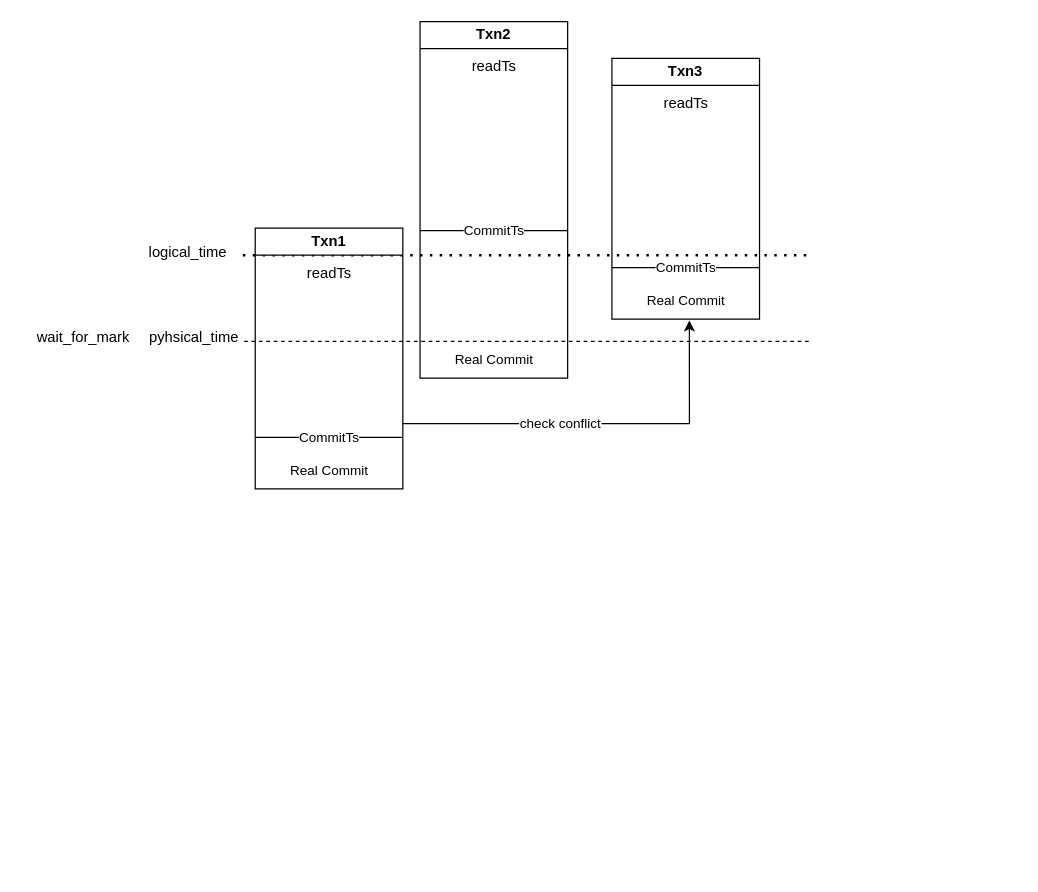
Earlier version of the draw.io diagram docs/draw/wait_for_mark.drawio (chenmortal/badger). Source tidied: cells renumbered, new cells numbered last; positions are measured from the earlier drawing's top-left corner, leaving out a move shared by most shapes. Both pictures are drawn from the tidied source at 123%, with x=0, y=0 at pixel (21, 21).
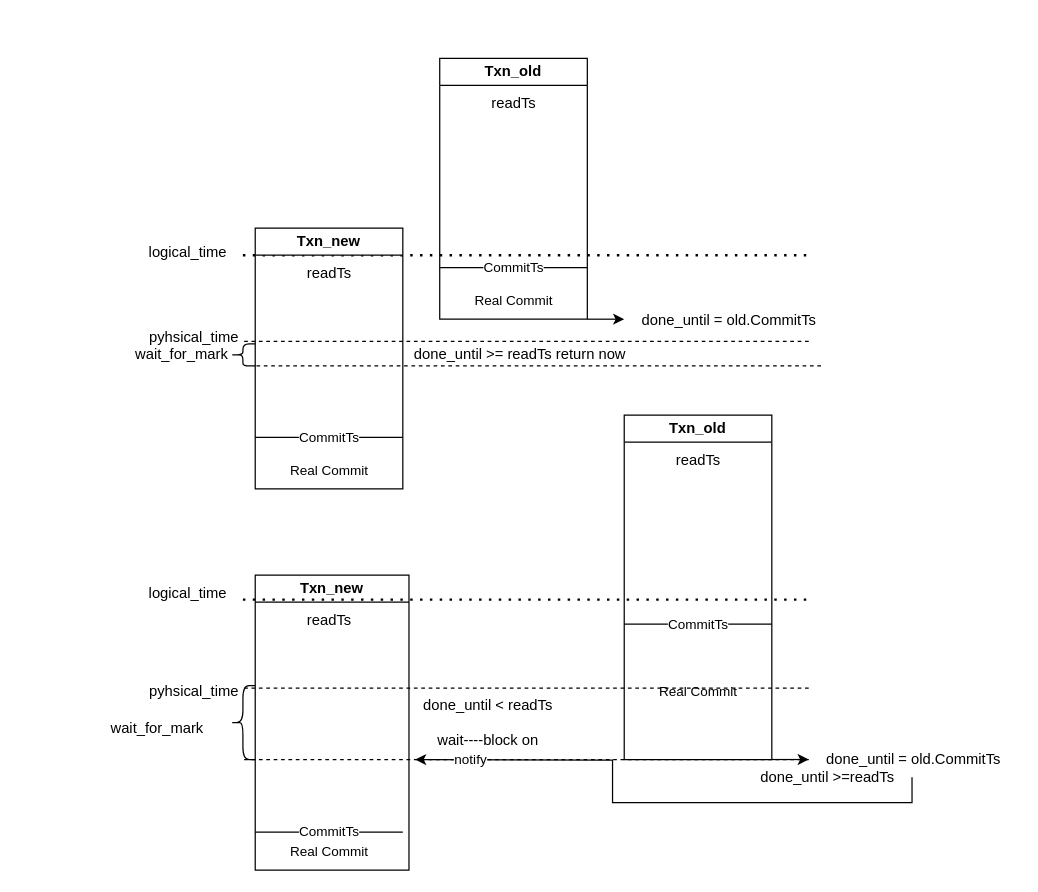
The same page after the edit.

The change refers to these unchanged cells:
```xml
<mxCell id="19" value="Real Commit" style="text;html=1;align=center;verticalAlign=middle;points=[];strokeColor=none;fillColor=none;fontSize=11;" parent="16" vertex="1">
  <mxGeometry x="15" y="182" width="90" height="30" as="geometry" />
</mxCell>
```

Diff of the diagram source:
```diff
@@
-    <mxCell id="5" style="edgeStyle=orthogonalEdgeStyle;rounded=0;jettySize=auto;html=1;exitX=1;exitY=0.75;exitDx=0;exitDy=0;entryX=0.533;entryY=1.033;entryDx=0;entryDy=0;entryPerimeter=0;" parent="1" edge="1" source="7" target="19">
-      <mxGeometry relative="1" as="geometry" />
-    </mxCell>
-    <mxCell id="6" value="check conflict" style="edgeLabel;html=1;align=center;verticalAlign=middle;" parent="5" vertex="1">
-      <mxGeometry x="-0.2" y="1" relative="1" as="geometry" />
-    </mxCell>
-    <mxCell id="7" value="Txn1" style="swimlane;whiteSpace=wrap;html=1;startSize=22;" parent="1" vertex="1">
+    <mxCell id="7" value="Txn_new" style="swimlane;whiteSpace=wrap;html=1;startSize=22;" parent="1" vertex="1">
       <mxGeometry x="190" y="168" width="120" height="212" as="geometry" />
     </mxCell>
@@
+    <mxCell id="21" style="endArrow=none;dashed=1;html=1;rounded=0;" parent="7" edge="1">
+      <mxGeometry relative="1" as="geometry">
+        <mxPoint x="460" y="112" as="sourcePoint" />
+        <mxPoint y="112" as="targetPoint" />
+      </mxGeometry>
+    </mxCell>
+    <mxCell id="22" style="edgeStyle=orthogonalEdgeStyle;rounded=0;jettySize=auto;html=1;exitX=1;exitY=1;exitDx=0;exitDy=0;" parent="1" edge="1" source="12">
+      <mxGeometry relative="1" as="geometry">
+        <mxPoint x="640" y="600" as="targetPoint" />
+      </mxGeometry>
+    </mxCell>
-    <mxCell id="12" value="Txn2" style="swimlane;whiteSpace=wrap;html=1;startSize=22;" parent="1" vertex="1">
-      <mxGeometry x="324" width="120" height="290" as="geometry" />
+    <mxCell id="12" value="Txn_old" style="swimlane;whiteSpace=wrap;html=1;startSize=22;" parent="1" vertex="1">
+      <mxGeometry x="490" y="320" width="120" height="280" as="geometry" />
     </mxCell>
@@
     <mxCell id="15" value="Real Commit" style="text;html=1;align=center;verticalAlign=middle;strokeColor=none;fillColor=none;fontSize=11;" parent="12" vertex="1">
-      <mxGeometry x="15" y="260" width="90" height="30" as="geometry" />
+      <mxGeometry x="15" y="210" width="90" height="30" as="geometry" />
     </mxCell>
+    <mxCell id="23" style="edgeStyle=orthogonalEdgeStyle;rounded=0;jettySize=auto;html=1;exitX=1;exitY=1;exitDx=0;exitDy=0;" parent="1" edge="1" source="16">
+      <mxGeometry relative="1" as="geometry">
+        <mxPoint x="490" y="242" as="targetPoint" />
+      </mxGeometry>
+    </mxCell>
-    <mxCell id="16" value="Txn3" style="swimlane;whiteSpace=wrap;html=1;startSize=22;" parent="1" vertex="1">
-      <mxGeometry x="480" y="30" width="120" height="212" as="geometry" />
+    <mxCell id="16" value="Txn_old" style="swimlane;whiteSpace=wrap;html=1;startSize=22;" parent="1" vertex="1">
+      <mxGeometry x="340" y="30" width="120" height="212" as="geometry" />
     </mxCell>
@@
-    <mxCell id="20" value="wait_for_mark" style="text;html=1;align=center;verticalAlign=middle;strokeColor=none;fillColor=none;" parent="1" vertex="1">
-      <mxGeometry y="242" width="100" height="30" as="geometry" />
-    </mxCell>
+    <mxCell id="24" value="done_until = old.CommitTs" style="text;html=1;align=center;verticalAlign=middle;strokeColor=none;fillColor=none;" parent="1" vertex="1">
+      <mxGeometry x="490" y="228" width="170" height="30" as="geometry" />
+    </mxCell>
+    <mxCell id="25" value="done_until &amp;gt;= readTs return now" style="text;html=1;align=center;verticalAlign=middle;strokeColor=none;fillColor=none;" parent="1" vertex="1">
+      <mxGeometry x="305" y="256" width="200" height="30" as="geometry" />
+    </mxCell>
+    <mxCell id="26" value="Txn_new" style="swimlane;whiteSpace=wrap;html=1;startSize=22;" parent="1" vertex="1">
+      <mxGeometry x="190" y="450" width="125" height="240" as="geometry" />
+    </mxCell>
+    <mxCell id="27" value="readTs" style="text;html=1;align=center;verticalAlign=middle;strokeColor=none;fillColor=none;" parent="26" vertex="1">
+      <mxGeometry x="30" y="22" width="60" height="30" as="geometry" />
+    </mxCell>
+    <mxCell id="28" value="CommitTs" style="endArrow=none;html=1;rounded=0;entryX=1;entryY=0.75;entryDx=0;entryDy=0;exitX=0;exitY=0.75;exitDx=0;exitDy=0;elbow=vertical;" parent="26" edge="1">
+      <mxGeometry relative="1" as="geometry">
+        <mxPoint y="209" as="sourcePoint" />
+        <mxPoint x="120" y="209" as="targetPoint" />
+      </mxGeometry>
+    </mxCell>
+    <mxCell id="29" value="Real Commit" style="text;html=1;align=center;verticalAlign=middle;strokeColor=none;fillColor=none;fontSize=11;" parent="26" vertex="1">
+      <mxGeometry x="15" y="210" width="90" height="30" as="geometry" />
+    </mxCell>
+    <mxCell id="30" style="endArrow=none;dashed=1;html=1;rounded=0;" parent="26" edge="1">
+      <mxGeometry relative="1" as="geometry">
+        <mxPoint x="450" y="92" as="sourcePoint" />
+        <mxPoint x="-10" y="92" as="targetPoint" />
+      </mxGeometry>
+    </mxCell>
+    <mxCell id="31" style="endArrow=none;dashed=1;html=1;rounded=0;" parent="26" edge="1">
+      <mxGeometry relative="1" as="geometry">
+        <mxPoint x="450" y="150" as="sourcePoint" />
+        <mxPoint x="-10" y="150" as="targetPoint" />
+      </mxGeometry>
+    </mxCell>
+    <mxCell id="32" style="endArrow=none;dashed=1;html=1;dashPattern=1 3;strokeWidth=2;rounded=0;" parent="1" edge="1">
+      <mxGeometry relative="1" as="geometry">
+        <mxPoint x="180" y="470" as="sourcePoint" />
+        <mxPoint x="640" y="470" as="targetPoint" />
+      </mxGeometry>
+    </mxCell>
+    <mxCell id="33" value="logical_time" style="text;html=1;align=center;verticalAlign=middle;strokeColor=none;fillColor=none;" parent="1" vertex="1">
+      <mxGeometry x="90" y="450" width="90" height="30" as="geometry" />
+    </mxCell>
+    <mxCell id="34" value="pyhsical_time" style="text;html=1;align=center;verticalAlign=middle;strokeColor=none;fillColor=none;" parent="1" vertex="1">
+      <mxGeometry x="90" y="530" width="100" height="30" as="geometry" />
+    </mxCell>
+    <mxCell id="35" value="wait_for_mark" style="text;html=1;align=center;verticalAlign=middle;strokeColor=none;fillColor=none;" parent="1" vertex="1">
+      <mxGeometry x="60" y="560" width="100" height="30" as="geometry" />
+    </mxCell>
+    <mxCell id="36" style="edgeStyle=orthogonalEdgeStyle;rounded=0;jettySize=auto;html=1;elbow=vertical;exitX=0.494;exitY=0.983;exitDx=0;exitDy=0;exitPerimeter=0;" parent="1" edge="1" source="38">
+      <mxGeometry relative="1" as="geometry">
+        <mxPoint x="320" y="600" as="targetPoint" />
+      </mxGeometry>
+    </mxCell>
+    <mxCell id="37" value="notify" style="edgeLabel;html=1;align=center;verticalAlign=middle;" parent="36" vertex="1">
+      <mxGeometry x="0.81" y="-1" relative="1" as="geometry" />
+    </mxCell>
+    <mxCell id="38" value="done_until = old.CommitTs" style="text;html=1;align=center;verticalAlign=middle;points=[];strokeColor=none;fillColor=none;" parent="1" vertex="1">
+      <mxGeometry x="640" y="585" width="170" height="30" as="geometry" />
+    </mxCell>
+    <mxCell id="39" value="done_until &amp;lt; readTs&lt;br&gt;&lt;br&gt;wait----block on" style="text;html=1;align=center;verticalAlign=middle;strokeColor=none;fillColor=none;" parent="1" vertex="1">
+      <mxGeometry x="314" y="540" width="130" height="60" as="geometry" />
+    </mxCell>
+    <mxCell id="40" value="done_until &amp;gt;=readTs" style="text;html=1;align=center;verticalAlign=middle;strokeColor=none;fillColor=none;" parent="1" vertex="1">
+      <mxGeometry x="590" y="600" width="130" height="30" as="geometry" />
+    </mxCell>
+    <mxCell id="41" style="shape=curlyBracket;whiteSpace=wrap;html=1;rounded=1;labelPosition=left;verticalLabelPosition=middle;align=right;verticalAlign=middle;" parent="1" vertex="1">
+      <mxGeometry x="170" y="540" width="20" height="60" as="geometry" />
+    </mxCell>
+    <mxCell id="42" style="shape=curlyBracket;whiteSpace=wrap;html=1;rounded=1;labelPosition=left;verticalLabelPosition=middle;align=right;verticalAlign=middle;size=0.5;" parent="1" vertex="1">
+      <mxGeometry x="170" y="262" width="20" height="18" as="geometry" />
+    </mxCell>
+    <mxCell id="43" value="wait_for_mark" style="text;html=1;align=center;verticalAlign=middle;strokeColor=none;fillColor=none;" parent="1" vertex="1">
+      <mxGeometry x="80" y="256" width="100" height="30" as="geometry" />
+    </mxCell>
```
